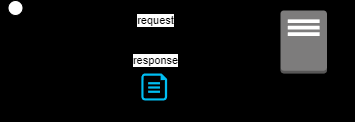
Above: workflow.drawio.png in BlackFLX/SimpleWebApp (draw.io), before the change. Source tidied: cells renumbered, new cells last; positions are measured from the earlier drawing's top-left corner, leaving out a move shared by most shapes.
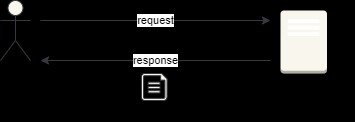
After the commit.

Change to the diagram source:
```diff
@@ -2,25 +2,25 @@
   <root>
     <mxCell id="0" />
     <mxCell id="1" parent="0" />
-    <mxCell id="2" value="User" style="shape=umlActor;verticalLabelPosition=bottom;verticalAlign=top;html=1;" parent="1" vertex="1">
+    <mxCell id="2" value="User" style="shape=umlActor;verticalLabelPosition=bottom;verticalAlign=top;html=1;fillColor=#f9f7ed;strokeColor=#36393d;" parent="1" vertex="1">
       <mxGeometry width="30" height="60" as="geometry" />
     </mxCell>
-    <mxCell id="3" value="Python Web server" style="dashed=0;verticalLabelPosition=bottom;verticalAlign=top;align=center;html=1;shape=mxgraph.aws3.traditional_server;fillColor=#7D7C7C;gradientColor=none;" parent="1" vertex="1">
+    <mxCell id="3" value="Python Web server" style="dashed=0;verticalLabelPosition=bottom;verticalAlign=top;align=center;html=1;shape=mxgraph.aws3.traditional_server;fillColor=#f9f7ed;strokeColor=#36393d;" parent="1" vertex="1">
       <mxGeometry x="280" y="10" width="46.5" height="63" as="geometry" />
     </mxCell>
-    <mxCell id="4" value="request" style="endArrow=classic;html=1;flowAnimation=1;" parent="1" edge="1">
+    <mxCell id="4" value="request" style="endArrow=classic;html=1;flowAnimation=1;fillColor=#f9f7ed;strokeColor=#36393d;" parent="1" edge="1">
       <mxGeometry relative="1" as="geometry">
         <mxPoint x="40" y="20" as="sourcePoint" />
         <mxPoint x="270" y="20" as="targetPoint" />
       </mxGeometry>
     </mxCell>
-    <mxCell id="5" value="response" style="endArrow=classic;html=1;flowAnimation=1;" parent="1" edge="1">
+    <mxCell id="5" value="response" style="endArrow=classic;html=1;flowAnimation=1;fillColor=#f9f7ed;strokeColor=#36393d;" parent="1" edge="1">
       <mxGeometry relative="1" as="geometry">
         <mxPoint x="270" y="60" as="sourcePoint" />
         <mxPoint x="40" y="60" as="targetPoint" />
       </mxGeometry>
     </mxCell>
-    <mxCell id="6" value="html" style="verticalLabelPosition=bottom;html=1;verticalAlign=top;align=center;strokeColor=none;fillColor=#00BEF2;shape=mxgraph.azure.file;" parent="1" vertex="1">
+    <mxCell id="6" value="html" style="verticalLabelPosition=bottom;html=1;verticalAlign=top;align=center;strokeColor=#36393d;fillColor=#f9f7ed;shape=mxgraph.azure.file;" parent="1" vertex="1">
       <mxGeometry x="140.9" y="73" width="25.6" height="27" as="geometry" />
     </mxCell>
   </root>
```
